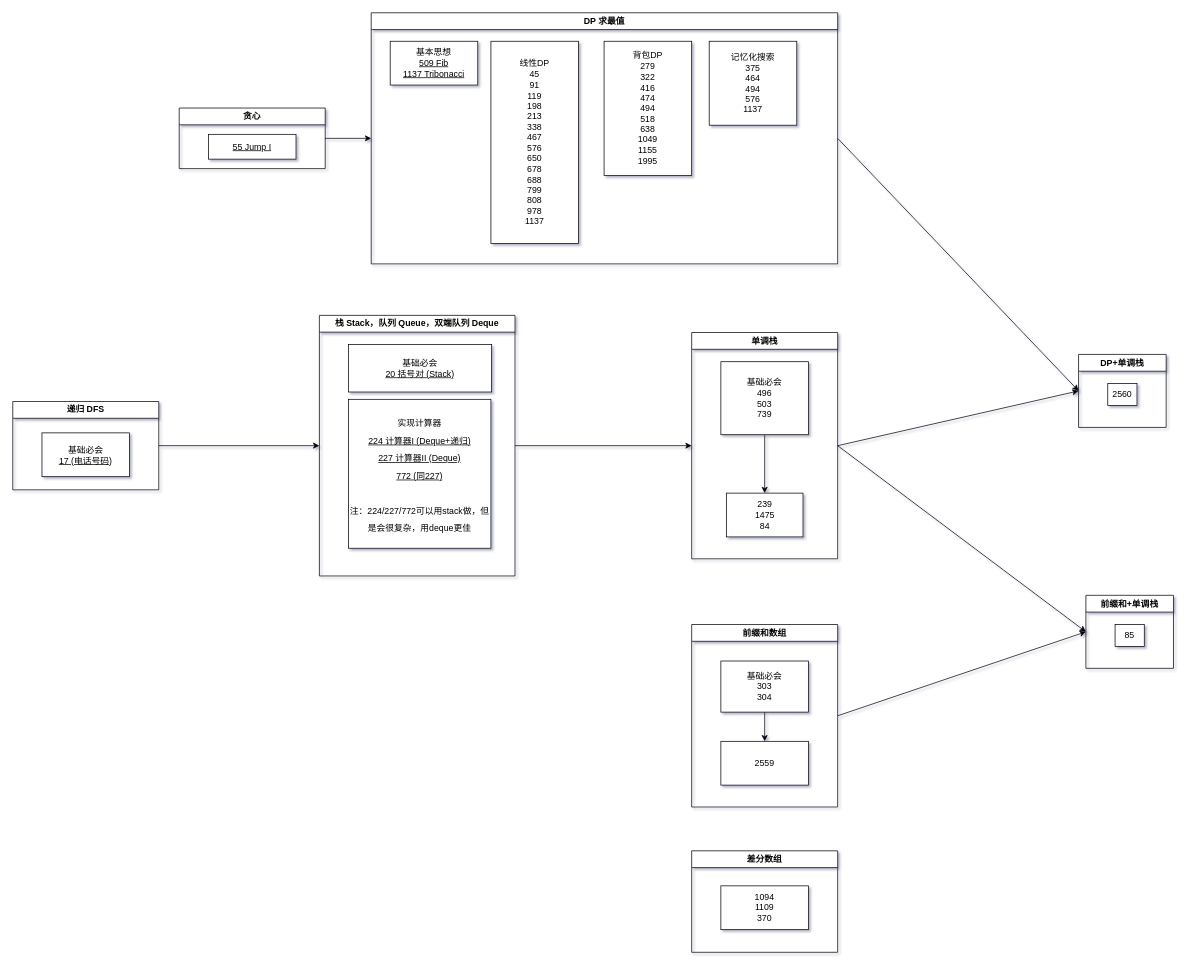
Above: drawio/map.drawio in jssonx/algo-playground (draw.io), before the change. Source tidied: cells renumbered, new cells numbered last; positions are measured from the earlier drawing's top-left corner, leaving out a move shared by most shapes. Both pictures are drawn from the tidied source at 73%, with x=0, y=0 at pixel (12, 12).
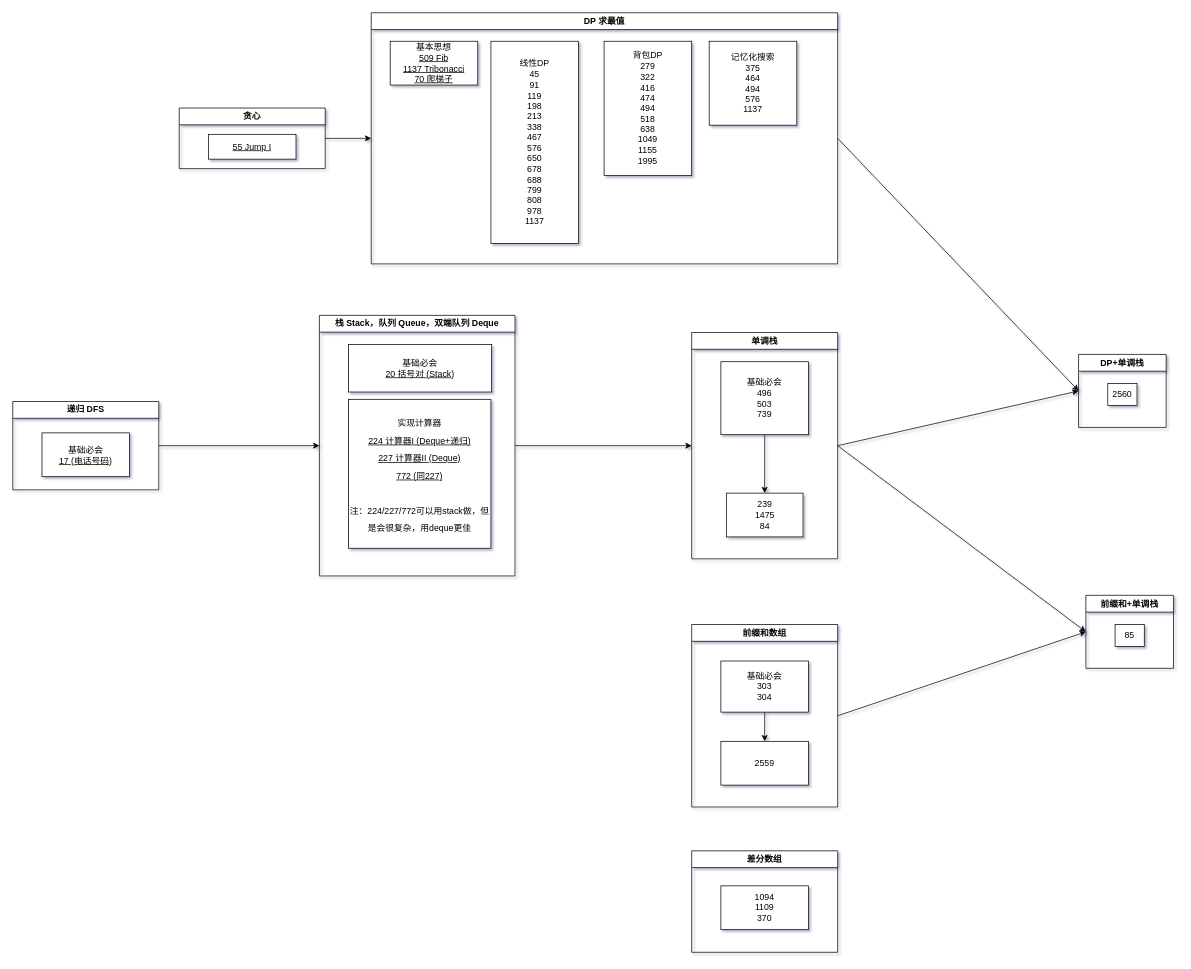
The same page after the edit.

Unchanged cells that the change refers to:
```xml
<mxCell id="18" value="DP 求最值" style="swimlane;whiteSpace=wrap;html=1;rounded=0;" parent="1" vertex="1">
  <mxGeometry x="491" width="639" height="344" as="geometry" />
</mxCell>
```

Diff of the diagram source:
```diff
@@
-    <mxCell id="21" value="基本思想&lt;br&gt;&lt;u&gt;509 Fib&lt;br&gt;1137 Tribonacci&lt;br&gt;&lt;/u&gt;" style="whiteSpace=wrap;html=1;" parent="18" vertex="1">
+    <mxCell id="21" value="基本思想&lt;br&gt;&lt;u&gt;509 Fib&lt;br&gt;1137 Tribonacci&lt;br&gt;70 爬梯子&lt;br&gt;&lt;/u&gt;" style="whiteSpace=wrap;html=1;" parent="18" vertex="1">
       <mxGeometry x="26" y="39" width="120" height="60" as="geometry" />
     </mxCell>
```
